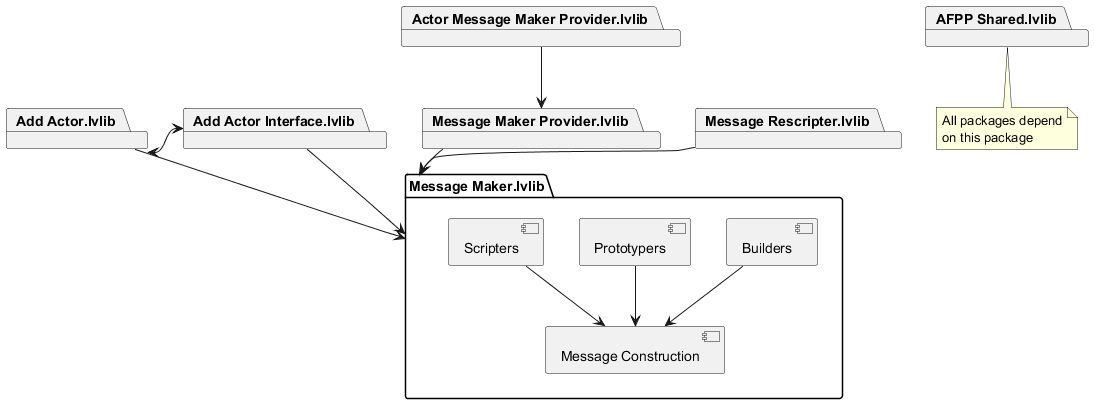
Earlier version of the PlantUML export Documentation/Project Providers/UML/Package Diagram.png (ni/actor-framework).
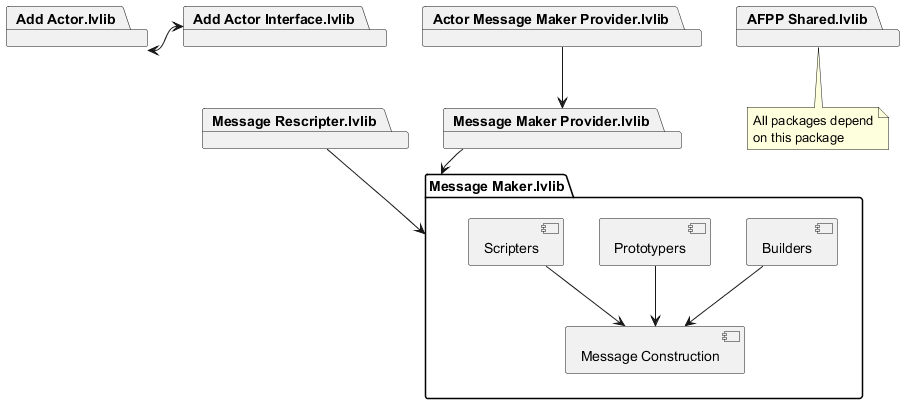
After the change.

Commit message:
Added Architecture section.

Diff of the diagram source:
```diff
@@ -16,8 +16,6 @@
 "Actor Message Maker Provider.lvlib" --> "Message Maker Provider.lvlib"
 "Message Rescripter.lvlib" --> "Message Maker.lvlib"
 "Add Actor.lvlib" <-> "Add Actor Interface.lvlib"
-"Add Actor.lvlib" --> "Message Maker.lvlib"
-"Add Actor Interface.lvlib" --> "Message Maker.lvlib"
 
 note as N
 	All packages depend
```
